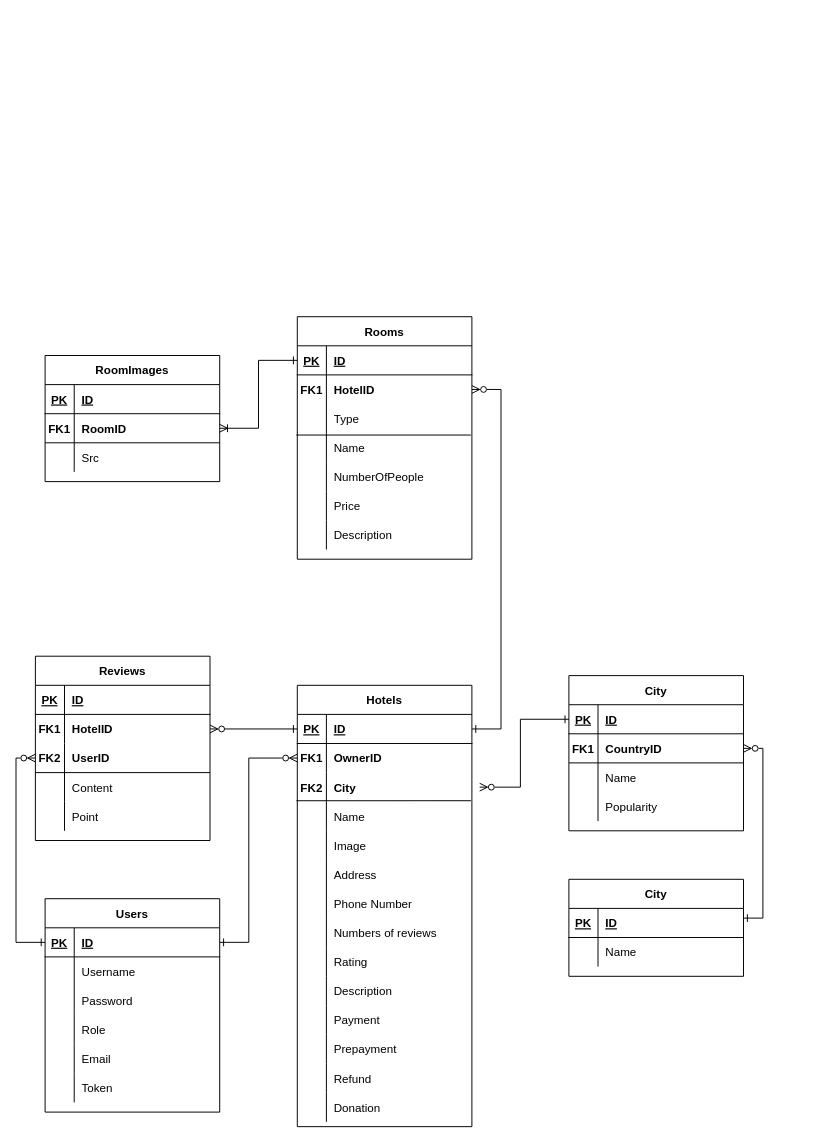
The draw.io diagram documentation/datalogical_diagram.drawio in semwett0301/booking-java-back, before the edit. Source tidied: cells renumbered, new cells numbered last; positions are measured from the earlier drawing's top-left corner, leaving out a move shared by most shapes. Both pictures are drawn from the tidied source at 97%, with x=0, y=0 at pixel (35, 316).
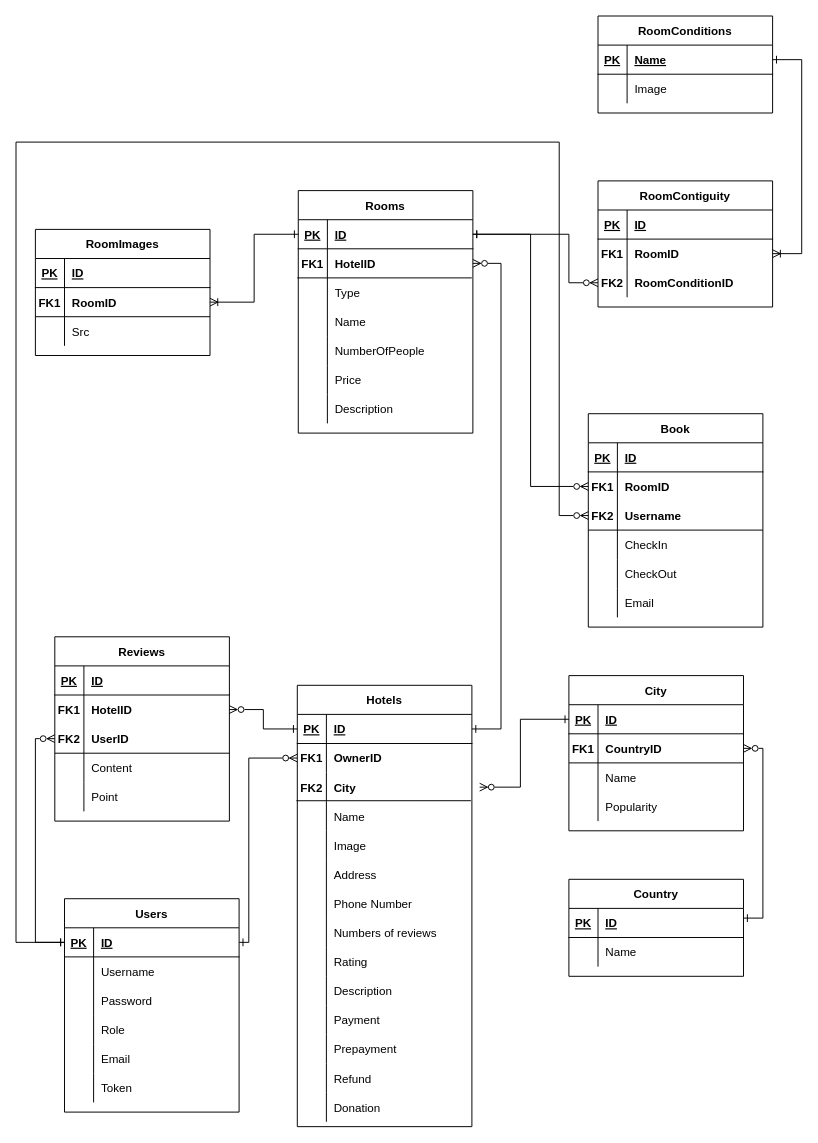
The same page after the edit.

The change refers to these unchanged cells:
```xml
<mxCell id="3" style="shape=tableRow;horizontal=0;startSize=0;swimlaneHead=0;swimlaneBody=0;fillColor=none;points=[[0,0.5],[1,0.5]];portConstraint=eastwest;top=0;left=0;right=0;bottom=1;" parent="2" vertex="1">
  <mxGeometry y="30" width="180" height="30" as="geometry" />
</mxCell>
<mxCell id="47" style="shape=tableRow;horizontal=0;startSize=0;swimlaneHead=0;swimlaneBody=0;fillColor=none;points=[[0,0.5],[1,0.5]];portConstraint=eastwest;top=0;left=0;right=0;bottom=1;" parent="46" vertex="1">
  <mxGeometry y="30" width="180" height="30" as="geometry" />
</mxCell>
<mxCell id="112" style="shape=tableRow;horizontal=0;startSize=0;swimlaneHead=0;swimlaneBody=0;fillColor=none;points=[[0,0.5],[1,0.5]];portConstraint=eastwest;top=0;left=0;right=0;bottom=1;" parent="111" vertex="1">
  <mxGeometry y="30" width="180" height="30" as="geometry" />
</mxCell>
<mxCell id="115" style="shape=tableRow;horizontal=0;startSize=0;swimlaneHead=0;swimlaneBody=0;fillColor=none;points=[[0,0.5],[1,0.5]];portConstraint=eastwest;top=0;left=0;right=0;bottom=0;" parent="111" vertex="1">
  <mxGeometry y="60" width="180" height="30" as="geometry" />
</mxCell>
```

The edit, as a diff of the source:
```diff
@@
     <mxCell id="46" value="Users" style="shape=table;startSize=30;childLayout=tableLayout;rowLines=0;fontStyle=1;align=center;" parent="1" vertex="1">
-      <mxGeometry x="10" y="600" width="180" height="220" as="geometry" />
+      <mxGeometry x="30" y="600" width="180" height="220" as="geometry" />
     </mxCell>
@@
     <mxCell id="81" style="group;" parent="1" vertex="1">
-      <mxGeometry y="350" width="180" height="190" as="geometry" />
+      <mxGeometry x="20" y="330" width="180" height="190" as="geometry" />
     </mxCell>
@@
-    <mxCell id="100" value="City" style="shape=table;startSize=30;childLayout=tableLayout;rowLines=0;fontStyle=1;align=center;" parent="1" vertex="1">
+    <mxCell id="100" value="Country" style="shape=table;startSize=30;childLayout=tableLayout;rowLines=0;fontStyle=1;align=center;" parent="1" vertex="1">
       <mxGeometry x="550" y="580" width="180" height="100" as="geometry" />
     </mxCell>
@@
     <mxCell id="109" style="edgeStyle=orthogonalEdgeStyle;rounded=0;jettySize=auto;html=1;entryX=1;entryY=0.5;entryDx=0;entryDy=0;startArrow=ERone;startFill=0;endArrow=ERzeroToMany;endFill=0;" parent="1" edge="1" source="3" target="115">
       <mxGeometry relative="1" as="geometry">
         <Array as="points">
           <mxPoint x="480" y="425" />
-          <mxPoint x="480" y="75" />
+          <mxPoint x="480" y="-55" />
         </Array>
       </mxGeometry>
     </mxCell>
     <mxCell id="110" style="group;" parent="1" vertex="1">
-      <mxGeometry x="269" width="181" height="250" as="geometry" />
+      <mxGeometry x="270" y="-130" width="181" height="250" as="geometry" />
     </mxCell>
+    <mxCell id="147" style="group;" parent="110" vertex="1">
+      <mxGeometry width="181" height="250" as="geometry" />
+    </mxCell>
-    <mxCell id="111" value="Rooms" style="shape=table;startSize=30;childLayout=tableLayout;rowLines=0;fontStyle=1;align=center;" parent="110" vertex="1">
+    <mxCell id="111" value="Rooms" style="shape=table;startSize=30;childLayout=tableLayout;rowLines=0;fontStyle=1;align=center;" parent="147" vertex="1">
       <mxGeometry x="1" width="180" height="250" as="geometry" />
     </mxCell>
@@
-    <mxCell id="133" style="endArrow=none;html=1;rounded=0;exitX=0.036;exitY=0.891;exitDx=0;exitDy=0;exitPerimeter=0;entryX=0.954;entryY=0.804;entryDx=0;entryDy=0;entryPerimeter=0;" parent="110" edge="1">
+    <mxCell id="133" style="endArrow=none;html=1;rounded=0;exitX=0.036;exitY=0.891;exitDx=0;exitDy=0;exitPerimeter=0;entryX=0.954;entryY=0.804;entryDx=0;entryDy=0;entryPerimeter=0;" parent="147" edge="1">
       <mxGeometry relative="1" as="geometry">
-        <mxPoint y="122" as="sourcePoint" />
-        <mxPoint x="179.9" y="122" as="targetPoint" />
+        <mxPoint y="90" as="sourcePoint" />
+        <mxPoint x="179.9" y="90" as="targetPoint" />
       </mxGeometry>
     </mxCell>
     <mxCell id="134" style="group;" parent="1" vertex="1">
-      <mxGeometry x="10" y="40" width="180" height="160" as="geometry" />
+      <mxGeometry y="-90" width="180" height="160" as="geometry" />
     </mxCell>
@@
+    <mxCell id="148" value="Book" style="shape=table;startSize=30;childLayout=tableLayout;rowLines=0;fontStyle=1;align=center;" parent="1" vertex="1">
+      <mxGeometry x="570" y="100" width="180" height="220" as="geometry" />
+    </mxCell>
+    <mxCell id="149" style="shape=tableRow;horizontal=0;startSize=0;swimlaneHead=0;swimlaneBody=0;fillColor=none;top=0;left=0;right=0;bottom=1;" parent="148" vertex="1">
+      <mxGeometry y="30" width="180" height="30" as="geometry" />
+    </mxCell>
+    <mxCell id="150" value="PK" style="shape=partialRectangle;fillColor=none;top=0;left=0;bottom=0;right=0;fontStyle=5;overflow=hidden;" parent="149" vertex="1">
+      <mxGeometry width="30" height="30" as="geometry" />
+    </mxCell>
+    <mxCell id="151" value="ID" style="shape=partialRectangle;fillColor=none;top=0;left=0;bottom=0;right=0;align=left;spacingLeft=6;fontStyle=5;overflow=hidden;" parent="149" vertex="1">
+      <mxGeometry x="30" width="150" height="30" as="geometry" />
+    </mxCell>
+    <mxCell id="152" style="shape=tableRow;horizontal=0;startSize=0;swimlaneHead=0;swimlaneBody=0;fillColor=none;points=[[0,0.5],[1,0.5]];portConstraint=eastwest;top=0;left=0;right=0;bottom=0;" parent="148" vertex="1">
+      <mxGeometry y="60" width="180" height="30" as="geometry" />
+    </mxCell>
+    <mxCell id="153" value="FK1" style="shape=partialRectangle;fillColor=none;top=0;left=0;bottom=0;right=0;overflow=hidden;fontStyle=1;" parent="152" vertex="1">
+      <mxGeometry width="30" height="30" as="geometry" />
+    </mxCell>
+    <mxCell id="154" value="RoomID" style="shape=partialRectangle;fillColor=none;top=0;left=0;bottom=0;right=0;align=left;spacingLeft=6;overflow=hidden;fontStyle=1;" parent="152" vertex="1">
+      <mxGeometry x="30" width="150" height="30" as="geometry" />
+    </mxCell>
+    <mxCell id="155" style="shape=tableRow;horizontal=0;startSize=0;swimlaneHead=0;swimlaneBody=0;fillColor=none;points=[[0,0.5],[1,0.5]];portConstraint=eastwest;top=0;left=0;right=0;bottom=0;" parent="148" vertex="1">
+      <mxGeometry y="90" width="180" height="30" as="geometry" />
+    </mxCell>
+    <mxCell id="156" value="FK2" style="shape=partialRectangle;fillColor=none;top=0;left=0;bottom=0;right=0;overflow=hidden;fontStyle=1;" parent="155" vertex="1">
+      <mxGeometry width="30" height="30" as="geometry" />
+    </mxCell>
+    <mxCell id="157" value="Username" style="shape=partialRectangle;fillColor=none;top=0;left=0;bottom=0;right=0;align=left;spacingLeft=6;overflow=hidden;fontStyle=1;" parent="155" vertex="1">
+      <mxGeometry x="30" width="150" height="30" as="geometry" />
+    </mxCell>
+    <mxCell id="158" style="shape=tableRow;horizontal=0;startSize=0;swimlaneHead=0;swimlaneBody=0;fillColor=none;top=0;left=0;right=0;bottom=0;" parent="148" vertex="1">
+      <mxGeometry y="120" width="180" height="30" as="geometry" />
+    </mxCell>
+    <mxCell id="159" style="shape=partialRectangle;fillColor=none;top=0;left=0;bottom=0;right=0;overflow=hidden;" parent="158" vertex="1">
+      <mxGeometry width="30" height="30" as="geometry" />
+    </mxCell>
+    <mxCell id="160" value="CheckIn" style="shape=partialRectangle;fillColor=none;top=0;left=0;bottom=0;right=0;align=left;spacingLeft=6;overflow=hidden;" parent="158" vertex="1">
+      <mxGeometry x="30" width="150" height="30" as="geometry" />
+    </mxCell>
+    <mxCell id="161" style="shape=tableRow;horizontal=0;startSize=0;swimlaneHead=0;swimlaneBody=0;fillColor=none;top=0;left=0;right=0;bottom=0;" parent="148" vertex="1">
+      <mxGeometry y="150" width="180" height="30" as="geometry" />
+    </mxCell>
+    <mxCell id="162" style="shape=partialRectangle;fillColor=none;top=0;left=0;bottom=0;right=0;overflow=hidden;" parent="161" vertex="1">
+      <mxGeometry width="30" height="30" as="geometry" />
+    </mxCell>
+    <mxCell id="163" value="CheckOut" style="shape=partialRectangle;fillColor=none;top=0;left=0;bottom=0;right=0;align=left;spacingLeft=6;overflow=hidden;" parent="161" vertex="1">
+      <mxGeometry x="30" width="150" height="30" as="geometry" />
+    </mxCell>
+    <mxCell id="164" style="shape=tableRow;horizontal=0;startSize=0;swimlaneHead=0;swimlaneBody=0;fillColor=none;top=0;left=0;right=0;bottom=0;" parent="148" vertex="1">
+      <mxGeometry y="180" width="180" height="30" as="geometry" />
+    </mxCell>
+    <mxCell id="165" style="shape=partialRectangle;fillColor=none;top=0;left=0;bottom=0;right=0;overflow=hidden;" parent="164" vertex="1">
+      <mxGeometry width="30" height="30" as="geometry" />
+    </mxCell>
+    <mxCell id="166" value="Email" style="shape=partialRectangle;fillColor=none;top=0;left=0;bottom=0;right=0;align=left;spacingLeft=6;overflow=hidden;" parent="164" vertex="1">
+      <mxGeometry x="30" width="150" height="30" as="geometry" />
+    </mxCell>
+    <mxCell id="167" value="RoomConditions" style="shape=table;startSize=30;childLayout=tableLayout;rowLines=0;fontStyle=1;align=center;" parent="1" vertex="1">
+      <mxGeometry x="580" y="-310" width="180" height="100" as="geometry" />
+    </mxCell>
+    <mxCell id="168" style="shape=tableRow;horizontal=0;startSize=0;swimlaneHead=0;swimlaneBody=0;fillColor=none;points=[[0,0.5],[1,0.5]];portConstraint=eastwest;top=0;left=0;right=0;bottom=1;" parent="167" vertex="1">
+      <mxGeometry y="30" width="180" height="30" as="geometry" />
+    </mxCell>
+    <mxCell id="169" value="PK" style="shape=partialRectangle;fillColor=none;top=0;left=0;bottom=0;right=0;fontStyle=5;overflow=hidden;" parent="168" vertex="1">
+      <mxGeometry width="30" height="30" as="geometry" />
+    </mxCell>
+    <mxCell id="170" value="Name" style="shape=partialRectangle;fillColor=none;top=0;left=0;bottom=0;right=0;align=left;spacingLeft=6;fontStyle=5;overflow=hidden;" parent="168" vertex="1">
+      <mxGeometry x="30" width="150" height="30" as="geometry" />
+    </mxCell>
+    <mxCell id="171" style="shape=tableRow;horizontal=0;startSize=0;swimlaneHead=0;swimlaneBody=0;fillColor=none;top=0;left=0;right=0;bottom=0;" parent="167" vertex="1">
+      <mxGeometry y="60" width="180" height="30" as="geometry" />
+    </mxCell>
+    <mxCell id="172" style="shape=partialRectangle;fillColor=none;top=0;left=0;bottom=0;right=0;overflow=hidden;fontStyle=1;" parent="171" vertex="1">
+      <mxGeometry width="30" height="30" as="geometry" />
+    </mxCell>
+    <mxCell id="173" value="Image" style="shape=partialRectangle;fillColor=none;top=0;left=0;bottom=0;right=0;align=left;spacingLeft=6;overflow=hidden;fontStyle=0;" parent="171" vertex="1">
+      <mxGeometry x="30" width="150" height="30" as="geometry" />
+    </mxCell>
+    <mxCell id="174" style="edgeStyle=orthogonalEdgeStyle;rounded=0;jettySize=auto;html=1;entryX=0;entryY=0.5;entryDx=0;entryDy=0;startArrow=ERone;startFill=0;endArrow=ERzeroToMany;endFill=0;" parent="1" edge="1" source="112" target="152">
+      <mxGeometry relative="1" as="geometry" />
+    </mxCell>
+    <mxCell id="175" style="endArrow=none;html=1;rounded=0;exitX=0.036;exitY=0.891;exitDx=0;exitDy=0;exitPerimeter=0;entryX=0.954;entryY=0.804;entryDx=0;entryDy=0;entryPerimeter=0;" parent="1" edge="1">
+      <mxGeometry relative="1" as="geometry">
+        <mxPoint x="570.1" y="220" as="sourcePoint" />
+        <mxPoint x="750" y="220" as="targetPoint" />
+      </mxGeometry>
+    </mxCell>
+    <mxCell id="176" style="edgeStyle=orthogonalEdgeStyle;rounded=0;jettySize=auto;html=1;entryX=0;entryY=0.5;entryDx=0;entryDy=0;startArrow=ERone;startFill=0;endArrow=ERzeroToMany;endFill=0;" parent="1" edge="1" source="47" target="155">
+      <mxGeometry relative="1" as="geometry">
+        <Array as="points">
+          <mxPoint x="-20" y="645" />
+          <mxPoint x="-20" y="-180" />
+          <mxPoint x="540" y="-180" />
+          <mxPoint x="540" y="205" />
+        </Array>
+      </mxGeometry>
+    </mxCell>
+    <mxCell id="177" value="RoomContiguity" style="shape=table;startSize=30;childLayout=tableLayout;rowLines=0;fontStyle=1;align=center;" parent="1" vertex="1">
+      <mxGeometry x="580" y="-140" width="180" height="130" as="geometry" />
+    </mxCell>
+    <mxCell id="178" style="shape=tableRow;horizontal=0;startSize=0;swimlaneHead=0;swimlaneBody=0;fillColor=none;top=0;left=0;right=0;bottom=1;" parent="177" vertex="1">
+      <mxGeometry y="30" width="180" height="30" as="geometry" />
+    </mxCell>
+    <mxCell id="179" value="PK" style="shape=partialRectangle;fillColor=none;top=0;left=0;bottom=0;right=0;fontStyle=5;overflow=hidden;" parent="178" vertex="1">
+      <mxGeometry width="30" height="30" as="geometry" />
+    </mxCell>
+    <mxCell id="180" value="ID" style="shape=partialRectangle;fillColor=none;top=0;left=0;bottom=0;right=0;align=left;spacingLeft=6;fontStyle=5;overflow=hidden;" parent="178" vertex="1">
+      <mxGeometry x="30" width="150" height="30" as="geometry" />
+    </mxCell>
+    <mxCell id="181" style="shape=tableRow;horizontal=0;startSize=0;swimlaneHead=0;swimlaneBody=0;fillColor=none;points=[[0,0.5],[1,0.5]];portConstraint=eastwest;top=0;left=0;right=0;bottom=0;" parent="177" vertex="1">
+      <mxGeometry y="60" width="180" height="30" as="geometry" />
+    </mxCell>
+    <mxCell id="182" value="FK1" style="shape=partialRectangle;fillColor=none;top=0;left=0;bottom=0;right=0;overflow=hidden;fontStyle=1;" parent="181" vertex="1">
+      <mxGeometry width="30" height="30" as="geometry" />
+    </mxCell>
+    <mxCell id="183" value="RoomID" style="shape=partialRectangle;fillColor=none;top=0;left=0;bottom=0;right=0;align=left;spacingLeft=6;overflow=hidden;fontStyle=1;" parent="181" vertex="1">
+      <mxGeometry x="30" width="150" height="30" as="geometry" />
+    </mxCell>
+    <mxCell id="184" style="shape=tableRow;horizontal=0;startSize=0;swimlaneHead=0;swimlaneBody=0;fillColor=none;points=[[0,0.5],[1,0.5]];portConstraint=eastwest;top=0;left=0;right=0;bottom=0;" parent="177" vertex="1">
+      <mxGeometry y="90" width="180" height="30" as="geometry" />
+    </mxCell>
+    <mxCell id="185" value="FK2" style="shape=partialRectangle;fillColor=none;top=0;left=0;bottom=0;right=0;overflow=hidden;fontStyle=1;" parent="184" vertex="1">
+      <mxGeometry width="30" height="30" as="geometry" />
+    </mxCell>
+    <mxCell id="186" value="RoomConditionID" style="shape=partialRectangle;fillColor=none;top=0;left=0;bottom=0;right=0;align=left;spacingLeft=6;overflow=hidden;fontStyle=1;" parent="184" vertex="1">
+      <mxGeometry x="30" width="150" height="30" as="geometry" />
+    </mxCell>
+    <mxCell id="187" style="edgeStyle=orthogonalEdgeStyle;rounded=0;jettySize=auto;html=1;entryX=1;entryY=0.5;entryDx=0;entryDy=0;startArrow=ERone;startFill=0;endArrow=ERoneToMany;endFill=0;exitX=1;exitY=0.5;exitDx=0;exitDy=0;" parent="1" edge="1" source="168" target="181">
+      <mxGeometry relative="1" as="geometry">
+        <Array as="points">
+          <mxPoint x="790" y="-265" />
+          <mxPoint x="790" y="-65" />
+        </Array>
+      </mxGeometry>
+    </mxCell>
+    <mxCell id="188" style="edgeStyle=orthogonalEdgeStyle;rounded=0;jettySize=auto;html=1;entryX=0;entryY=0.5;entryDx=0;entryDy=0;startArrow=ERone;startFill=0;endArrow=ERzeroToMany;endFill=0;" parent="1" edge="1" source="112" target="184">
+      <mxGeometry relative="1" as="geometry">
+        <Array as="points">
+          <mxPoint x="550" y="-85" />
+          <mxPoint x="550" y="-35" />
+        </Array>
+      </mxGeometry>
+    </mxCell>
```
